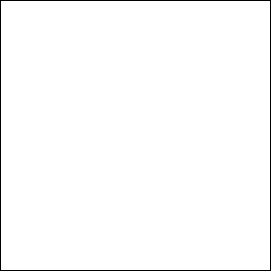
Earlier version of the draw.io export Test.drawio.png (KhadrasGithub/system-design-interview-notes). Source tidied: cells renumbered, new cells last; positions are measured from the earlier drawing's top-left corner, leaving out a move shared by most shapes. Source of this version:
```xml
<mxGraphModel>
  <root>
    <mxCell id="0" />
    <mxCell id="1" parent="0" />
    <mxCell id="2" style="whiteSpace=wrap;html=1;" parent="1" vertex="1">
      <mxGeometry width="270" height="270" as="geometry" />
    </mxCell>
  </root>
</mxGraphModel>
```
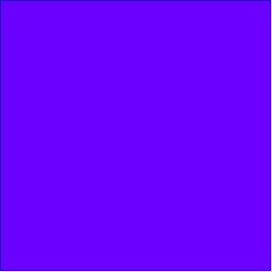
After the change.

The edit, as a diff of the source:
```diff
@@ -2,7 +2,7 @@
   <root>
     <mxCell id="0" />
     <mxCell id="1" parent="0" />
-    <mxCell id="2" style="whiteSpace=wrap;html=1;" parent="1" vertex="1">
+    <mxCell id="2" style="whiteSpace=wrap;html=1;fillColor=#6a00ff;fontColor=#ffffff;strokeColor=#3700CC;" parent="1" vertex="1">
       <mxGeometry width="270" height="270" as="geometry" />
     </mxCell>
   </root>
```
